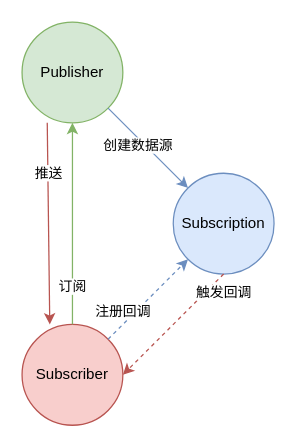
This is reactor_component_architecture.drawio from yang00-74/flowchart, a draw.io file, before an edit. Source tidied: cells renumbered, new cells numbered last; positions are measured from the earlier drawing's top-left corner, leaving out a move shared by most shapes. Both pictures are drawn from the tidied source at 126%, with x=0, y=0 at pixel (21, 21).
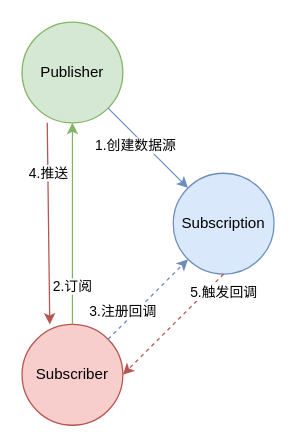
The same diagram, later.

The edit, as a diff of the source:
```diff
@@
 <mxGraphModel>
   <root>
     <mxCell id="0" />
     <mxCell id="1" parent="0" />
     <mxCell id="2" value="Publisher" style="ellipse;whiteSpace=wrap;html=1;fillColor=#d5e8d4;strokeColor=#82b366;" parent="1" vertex="1">
       <mxGeometry width="80" height="80" as="geometry" />
     </mxCell>
     <mxCell id="3" value="Subscriber" style="ellipse;whiteSpace=wrap;html=1;fillColor=#f8cecc;strokeColor=#b85450;" parent="1" vertex="1">
       <mxGeometry y="240" width="80" height="80" as="geometry" />
     </mxCell>
     <mxCell id="4" value="Subscription" style="ellipse;whiteSpace=wrap;html=1;fillColor=#dae8fc;strokeColor=#6c8ebf;" parent="1" vertex="1">
       <mxGeometry x="120" y="120" width="80" height="80" as="geometry" />
     </mxCell>
-    <mxCell id="5" value="订阅" style="endArrow=classic;html=1;exitX=0.5;exitY=0;exitDx=0;exitDy=0;entryX=0.5;entryY=1;entryDx=0;entryDy=0;fillColor=#d5e8d4;strokeColor=#82b366;" parent="1" edge="1" source="3" target="2">
+    <mxCell id="5" value="2.订阅" style="endArrow=classic;html=1;exitX=0.5;exitY=0;exitDx=0;exitDy=0;entryX=0.5;entryY=1;entryDx=0;entryDy=0;fillColor=#d5e8d4;strokeColor=#82b366;" parent="1" edge="1" source="3" target="2">
       <mxGeometry x="-0.62" relative="1" as="geometry" />
     </mxCell>
     <mxCell id="6" style="endArrow=classic;html=1;exitX=1;exitY=1;exitDx=0;exitDy=0;entryX=0;entryY=0;entryDx=0;entryDy=0;fillColor=#dae8fc;strokeColor=#6c8ebf;" parent="1" edge="1" source="2" target="4">
       <mxGeometry relative="1" as="geometry" />
     </mxCell>
-    <mxCell id="7" value="创建数据源" style="edgeLabel;html=1;align=center;verticalAlign=middle;" parent="6" vertex="1">
-      <mxGeometry x="-0.17" y="-4" relative="1" as="geometry" />
+    <mxCell id="7" value="1.创建数据源" style="edgeLabel;html=1;align=center;verticalAlign=middle;" parent="6" vertex="1">
+      <mxGeometry x="-0.17" y="-4" relative="1" as="geometry">
+        <mxPoint x="-2" as="offset" />
+      </mxGeometry>
     </mxCell>
     <mxCell id="8" style="endArrow=classic;html=1;exitX=0.5;exitY=1;exitDx=0;exitDy=0;entryX=1;entryY=0.5;entryDx=0;entryDy=0;dashed=1;fillColor=#f8cecc;strokeColor=#b85450;" parent="1" edge="1" source="4" target="3">
       <mxGeometry relative="1" as="geometry" />
     </mxCell>
-    <mxCell id="9" value="触发回调" style="edgeLabel;html=1;align=center;verticalAlign=middle;" parent="8" vertex="1">
+    <mxCell id="9" value="5.触发回调" style="edgeLabel;html=1;align=center;verticalAlign=middle;" parent="8" vertex="1">
       <mxGeometry x="-0.65" y="1" relative="1" as="geometry">
         <mxPoint x="13.4" as="offset" />
       </mxGeometry>
     </mxCell>
     <mxCell id="10" style="endArrow=classic;html=1;exitX=0.25;exitY=1;exitDx=0;exitDy=0;exitPerimeter=0;entryX=0.275;entryY=0;entryDx=0;entryDy=0;entryPerimeter=0;fillColor=#f8cecc;strokeColor=#b85450;" parent="1" edge="1" source="2" target="3">
       <mxGeometry relative="1" as="geometry" />
     </mxCell>
-    <mxCell id="11" value="推送" style="edgeLabel;html=1;align=center;verticalAlign=middle;" parent="10" vertex="1">
+    <mxCell id="11" value="4.推送" style="edgeLabel;html=1;align=center;verticalAlign=middle;" parent="10" vertex="1">
       <mxGeometry x="-0.39" y="2" relative="1" as="geometry">
         <mxPoint x="-2.6" y="-9" as="offset" />
       </mxGeometry>
     </mxCell>
-    <mxCell id="12" value="注册回调" style="endArrow=classic;html=1;exitX=1;exitY=0;exitDx=0;exitDy=0;entryX=0;entryY=1;entryDx=0;entryDy=0;dashed=1;fillColor=#dae8fc;strokeColor=#6c8ebf;" parent="1" edge="1" source="3" target="4">
+    <mxCell id="12" value="3.注册回调" style="endArrow=classic;html=1;exitX=1;exitY=0;exitDx=0;exitDy=0;entryX=0;entryY=1;entryDx=0;entryDy=0;dashed=1;fillColor=#dae8fc;strokeColor=#6c8ebf;" parent="1" edge="1" source="3" target="4">
       <mxGeometry x="-0.47" y="7" relative="1" as="geometry" />
     </mxCell>
   </root>
 </mxGraphModel>
```
